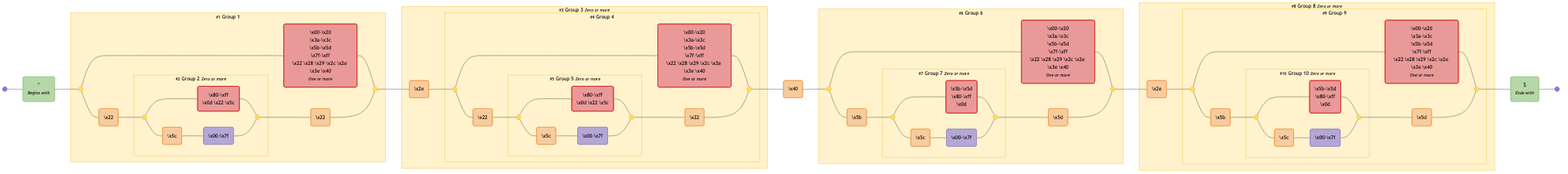
Earlier version of the Mermaid export diagrams/email-rfc2822.mermaid-diagram.png (tayles/regex-to-mermaid). Its source is kept beside it as diagrams/email-rfc2822.mermaid. The source it was exported from:
```mermaid
graph LR
  accTitle: "Regex: ^([^\\x00-\\x20\\x22\\x28\\x29\\x2c\\x2e\\x3a-\\x3c\\x3e\\x40\\x5b-\\x5d\\x7f-\\xff]+|\\x22([^\\x0d\\x22\\x5c\\x80-\\xff]|\\x5c[\\x00-\\x7f])*\\x22)(\\x2e([^\\x00-\\x20\\x22\\x28\\x29\\x2c\\x2e\\x3a-\\x3c\\x3e\\x40\\x5b-\\x5d\\x7f-\\xff]+|\\x22([^\\x0d\\x22\\x5c\\x80-\\xff]|\\x5c[\\x00-\\x7f])*\\x22))*\\x40([^\\x00-\\x20\\x22\\x28\\x29\\x2c\\x2e\\x3a-\\x3c\\x3e\\x40\\x5b-\\x5d\\x7f-\\xff]+|\\x5b([^\\x0d\\x5b-\\x5d\\x80-\\xff]|\\x5c[\\x00-\\x7f])*\\x5d)(\\x2e([^\\x00-\\x20\\x22\\x28\\x29\\x2c\\x2e\\x3a-\\x3c\\x3e\\x40\\x5b-\\x5d\\x7f-\\xff]+|\\x5b([^\\x0d\\x5b-\\x5d\\x80-\\xff]|\\x5c[\\x00-\\x7f])*\\x5d))*$"
  accDescr: "Generated with regex-to-mermaid@1.0.3"

  start@{ shape: f-circ };
  fin@{ shape: f-circ };
  assertion_1("^<br><i><small>Begins with</small></i>"):::assertion;
  disjunction_begin_1:::disjunction@{ shape: f-circ };
  disjunction_end_1:::disjunction@{ shape: f-circ };
  negated_char_class_1("\x00-\x20<br>\x3a-\x3c<br>\x5b-\x5d<br>\x7f-\xff<br>\x22 \x28 \x29 \x2c \x2e \x3e \x40<br><i><small>One or more</small></i>"):::negated-char-class;
  literal_1("\x22"):::literal;
  disjunction_begin_2:::disjunction@{ shape: f-circ };
  disjunction_end_2:::disjunction@{ shape: f-circ };
  negated_char_class_2("\x80-\xff<br>\x0d \x22 \x5c"):::negated-char-class;
  literal_2("\x5c"):::literal;
  char_class_1("\x00-\x7f"):::char-class;
  literal_3("\x22"):::literal;
  literal_4("\x2e"):::literal;
  disjunction_begin_3:::disjunction@{ shape: f-circ };
  disjunction_end_3:::disjunction@{ shape: f-circ };
  negated_char_class_3("\x00-\x20<br>\x3a-\x3c<br>\x5b-\x5d<br>\x7f-\xff<br>\x22 \x28 \x29 \x2c \x2e \x3e \x40<br><i><small>One or more</small></i>"):::negated-char-class;
  literal_5("\x22"):::literal;
  disjunction_begin_4:::disjunction@{ shape: f-circ };
  disjunction_end_4:::disjunction@{ shape: f-circ };
  negated_char_class_4("\x80-\xff<br>\x0d \x22 \x5c"):::negated-char-class;
  literal_6("\x5c"):::literal;
  char_class_2("\x00-\x7f"):::char-class;
  literal_7("\x22"):::literal;
  literal_8("\x40"):::literal;
  disjunction_begin_5:::disjunction@{ shape: f-circ };
  disjunction_end_5:::disjunction@{ shape: f-circ };
  negated_char_class_5("\x00-\x20<br>\x3a-\x3c<br>\x5b-\x5d<br>\x7f-\xff<br>\x22 \x28 \x29 \x2c \x2e \x3e \x40<br><i><small>One or more</small></i>"):::negated-char-class;
  literal_9("\x5b"):::literal;
  disjunction_begin_6:::disjunction@{ shape: f-circ };
  disjunction_end_6:::disjunction@{ shape: f-circ };
  negated_char_class_6("\x5b-\x5d<br>\x80-\xff<br>\x0d"):::negated-char-class;
  literal_10("\x5c"):::literal;
  char_class_3("\x00-\x7f"):::char-class;
  literal_11("\x5d"):::literal;
  literal_12("\x2e"):::literal;
  disjunction_begin_7:::disjunction@{ shape: f-circ };
  disjunction_end_7:::disjunction@{ shape: f-circ };
  negated_char_class_7("\x00-\x20<br>\x3a-\x3c<br>\x5b-\x5d<br>\x7f-\xff<br>\x22 \x28 \x29 \x2c \x2e \x3e \x40<br><i><small>One or more</small></i>"):::negated-char-class;
  literal_13("\x5b"):::literal;
  disjunction_begin_8:::disjunction@{ shape: f-circ };
  disjunction_end_8:::disjunction@{ shape: f-circ };
  negated_char_class_8("\x5b-\x5d<br>\x80-\xff<br>\x0d"):::negated-char-class;
  literal_14("\x5c"):::literal;
  char_class_4("\x00-\x7f"):::char-class;
  literal_15("\x5d"):::literal;
  assertion_2("$<br><i><small>Ends with</small></i>"):::assertion;

  subgraph standard_2 ["<small>#2</small> Group 2 <small><i>Zero or more</i></small>"]
    disjunction_begin_2
    disjunction_end_2
    negated_char_class_2
    literal_2
    char_class_1
  end

  subgraph standard_1 ["<small>#1</small> Group 1"]
    standard_2
    disjunction_begin_1
    disjunction_end_1
    negated_char_class_1
    literal_1
    literal_3
  end

  subgraph standard_5 ["<small>#5</small> Group 5 <small><i>Zero or more</i></small>"]
    disjunction_begin_4
    disjunction_end_4
    negated_char_class_4
    literal_6
    char_class_2
  end

  subgraph standard_4 ["<small>#4</small> Group 4"]
    standard_5
    disjunction_begin_3
    disjunction_end_3
    negated_char_class_3
    literal_5
    literal_7
  end

  subgraph standard_3 ["<small>#3</small> Group 3 <small><i>Zero or more</i></small>"]
    standard_5
    standard_4
    literal_4
  end

  subgraph standard_7 ["<small>#7</small> Group 7 <small><i>Zero or more</i></small>"]
    disjunction_begin_6
    disjunction_end_6
    negated_char_class_6
    literal_10
    char_class_3
  end

  subgraph standard_6 ["<small>#6</small> Group 6"]
    standard_7
    disjunction_begin_5
    disjunction_end_5
    negated_char_class_5
    literal_9
    literal_11
  end

  subgraph standard_10 ["<small>#10</small> Group 10 <small><i>Zero or more</i></small>"]
    disjunction_begin_8
    disjunction_end_8
    negated_char_class_8
    literal_14
    char_class_4
  end

  subgraph standard_9 ["<small>#9</small> Group 9"]
    standard_10
    disjunction_begin_7
    disjunction_end_7
    negated_char_class_7
    literal_13
    literal_15
  end

  subgraph standard_8 ["<small>#8</small> Group 8 <small><i>Zero or more</i></small>"]
    standard_10
    standard_9
    literal_12
  end

  start --- assertion_1;
  assertion_1 --- disjunction_begin_1;
  disjunction_begin_1 --- negated_char_class_1;
  negated_char_class_1 --- disjunction_end_1;
  disjunction_begin_1 --- literal_1;
  literal_1 --- disjunction_begin_2;
  disjunction_begin_2 --- negated_char_class_2;
  negated_char_class_2 --- disjunction_end_2;
  disjunction_begin_2 --- literal_2;
  literal_2 --- char_class_1;
  char_class_1 --- disjunction_end_2;
  disjunction_end_2 --- literal_3;
  literal_3 --- disjunction_end_1;
  disjunction_end_1 --- literal_4;
  literal_4 --- disjunction_begin_3;
  disjunction_begin_3 --- negated_char_class_3;
  negated_char_class_3 --- disjunction_end_3;
  disjunction_begin_3 --- literal_5;
  literal_5 --- disjunction_begin_4;
  disjunction_begin_4 --- negated_char_class_4;
  negated_char_class_4 --- disjunction_end_4;
  disjunction_begin_4 --- literal_6;
  literal_6 --- char_class_2;
  char_class_2 --- disjunction_end_4;
  disjunction_end_4 --- literal_7;
  literal_7 --- disjunction_end_3;
  disjunction_end_3 --- literal_8;
  literal_8 --- disjunction_begin_5;
  disjunction_begin_5 --- negated_char_class_5;
  negated_char_class_5 --- disjunction_end_5;
  disjunction_begin_5 --- literal_9;
  literal_9 --- disjunction_begin_6;
  disjunction_begin_6 --- negated_char_class_6;
  negated_char_class_6 --- disjunction_end_6;
  disjunction_begin_6 --- literal_10;
  literal_10 --- char_class_3;
  char_class_3 --- disjunction_end_6;
  disjunction_end_6 --- literal_11;
  literal_11 --- disjunction_end_5;
  disjunction_end_5 --- literal_12;
  literal_12 --- disjunction_begin_7;
  disjunction_begin_7 --- negated_char_class_7;
  negated_char_class_7 --- disjunction_end_7;
  disjunction_begin_7 --- literal_13;
  literal_13 --- disjunction_begin_8;
  disjunction_begin_8 --- negated_char_class_8;
  negated_char_class_8 --- disjunction_end_8;
  disjunction_begin_8 --- literal_14;
  literal_14 --- char_class_4;
  char_class_4 --- disjunction_end_8;
  disjunction_end_8 --- literal_15;
  literal_15 --- disjunction_end_7;
  disjunction_end_7 --- assertion_2;
  assertion_2 --- fin;

  classDef assertion fill:#B6D7A8,stroke:#93C47D,color:#000000;
  classDef disjunction fill:#FFD966,stroke:#F1C232,color:#000000;
  classDef negated-char-class fill:#EA9999,stroke:#CC0000,color:#000000;
  classDef literal fill:#F9CB9C,stroke:#E69138,color:#000000;
  classDef char-class fill:#B4A7D6,stroke:#8E7CC3,color:#000000;

  classDef standard fill:#FFF2CC,stroke:#F1C232,color:#000000;

  class standard_2,standard_1,standard_5,standard_4,standard_3,standard_7,standard_6,standard_10,standard_9,standard_8 standard;
```
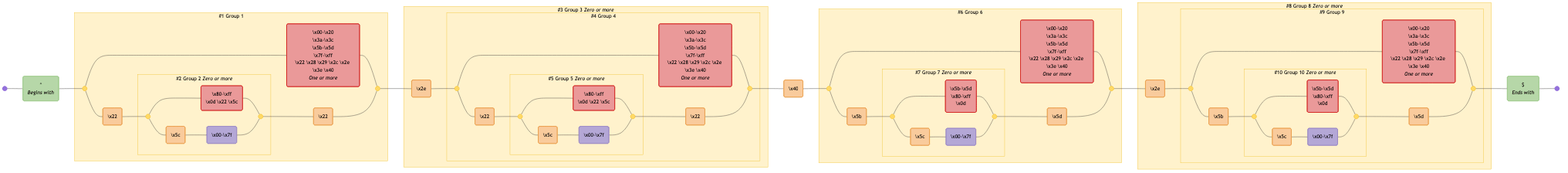
After the change.

What changed in the source:
```diff
@@ -4,10 +4,10 @@
 
   start@{ shape: f-circ };
   fin@{ shape: f-circ };
-  assertion_1("^<br><i><small>Begins with</small></i>"):::assertion;
+  assertion_1("^<br><i>Begins with</i>"):::assertion;
   disjunction_begin_1:::disjunction@{ shape: f-circ };
   disjunction_end_1:::disjunction@{ shape: f-circ };
-  negated_char_class_1("\x00-\x20<br>\x3a-\x3c<br>\x5b-\x5d<br>\x7f-\xff<br>\x22 \x28 \x29 \x2c \x2e \x3e \x40<br><i><small>One or more</small></i>"):::negated-char-class;
+  negated_char_class_1("\x00-\x20<br>\x3a-\x3c<br>\x5b-\x5d<br>\x7f-\xff<br>\x22 \x28 \x29 \x2c \x2e \x3e \x40<br><i>One or more</i>"):::negated-char-class;
   literal_1("\x22"):::literal;
   disjunction_begin_2:::disjunction@{ shape: f-circ };
   disjunction_end_2:::disjunction@{ shape: f-circ };
@@ -18,7 +18,7 @@
   literal_4("\x2e"):::literal;
   disjunction_begin_3:::disjunction@{ shape: f-circ };
   disjunction_end_3:::disjunction@{ shape: f-circ };
-  negated_char_class_3("\x00-\x20<br>\x3a-\x3c<br>\x5b-\x5d<br>\x7f-\xff<br>\x22 \x28 \x29 \x2c \x2e \x3e \x40<br><i><small>One or more</small></i>"):::negated-char-class;
+  negated_char_class_3("\x00-\x20<br>\x3a-\x3c<br>\x5b-\x5d<br>\x7f-\xff<br>\x22 \x28 \x29 \x2c \x2e \x3e \x40<br><i>One or more</i>"):::negated-char-class;
   literal_5("\x22"):::literal;
   disjunction_begin_4:::disjunction@{ shape: f-circ };
   disjunction_end_4:::disjunction@{ shape: f-circ };
@@ -29,7 +29,7 @@
   literal_8("\x40"):::literal;
   disjunction_begin_5:::disjunction@{ shape: f-circ };
   disjunction_end_5:::disjunction@{ shape: f-circ };
-  negated_char_class_5("\x00-\x20<br>\x3a-\x3c<br>\x5b-\x5d<br>\x7f-\xff<br>\x22 \x28 \x29 \x2c \x2e \x3e \x40<br><i><small>One or more</small></i>"):::negated-char-class;
+  negated_char_class_5("\x00-\x20<br>\x3a-\x3c<br>\x5b-\x5d<br>\x7f-\xff<br>\x22 \x28 \x29 \x2c \x2e \x3e \x40<br><i>One or more</i>"):::negated-char-class;
   literal_9("\x5b"):::literal;
   disjunction_begin_6:::disjunction@{ shape: f-circ };
   disjunction_end_6:::disjunction@{ shape: f-circ };
@@ -40,7 +40,7 @@
   literal_12("\x2e"):::literal;
   disjunction_begin_7:::disjunction@{ shape: f-circ };
   disjunction_end_7:::disjunction@{ shape: f-circ };
-  negated_char_class_7("\x00-\x20<br>\x3a-\x3c<br>\x5b-\x5d<br>\x7f-\xff<br>\x22 \x28 \x29 \x2c \x2e \x3e \x40<br><i><small>One or more</small></i>"):::negated-char-class;
+  negated_char_class_7("\x00-\x20<br>\x3a-\x3c<br>\x5b-\x5d<br>\x7f-\xff<br>\x22 \x28 \x29 \x2c \x2e \x3e \x40<br><i>One or more</i>"):::negated-char-class;
   literal_13("\x5b"):::literal;
   disjunction_begin_8:::disjunction@{ shape: f-circ };
   disjunction_end_8:::disjunction@{ shape: f-circ };
@@ -48,9 +48,9 @@
   literal_14("\x5c"):::literal;
   char_class_4("\x00-\x7f"):::char-class;
   literal_15("\x5d"):::literal;
-  assertion_2("$<br><i><small>Ends with</small></i>"):::assertion;
+  assertion_2("$<br><i>Ends with</i>"):::assertion;
 
-  subgraph standard_2 ["<small>#2</small> Group 2 <small><i>Zero or more</i></small>"]
+  subgraph standard_2 ["#2 Group 2 <i>Zero or more</i>"]
     disjunction_begin_2
     disjunction_end_2
     negated_char_class_2
@@ -58,7 +58,7 @@
     char_class_1
   end
 
-  subgraph standard_1 ["<small>#1</small> Group 1"]
+  subgraph standard_1 ["#1 Group 1"]
     standard_2
     disjunction_begin_1
     disjunction_end_1
@@ -67,7 +67,7 @@
     literal_3
   end
 
-  subgraph standard_5 ["<small>#5</small> Group 5 <small><i>Zero or more</i></small>"]
+  subgraph standard_5 ["#5 Group 5 <i>Zero or more</i>"]
     disjunction_begin_4
     disjunction_end_4
     negated_char_class_4
@@ -75,7 +75,7 @@
     char_class_2
   end
 
-  subgraph standard_4 ["<small>#4</small> Group 4"]
+  subgraph standard_4 ["#4 Group 4"]
     standard_5
     disjunction_begin_3
     disjunction_end_3
@@ -84,13 +84,13 @@
     literal_7
   end
 
-  subgraph standard_3 ["<small>#3</small> Group 3 <small><i>Zero or more</i></small>"]
+  subgraph standard_3 ["#3 Group 3 <i>Zero or more</i>"]
     standard_5
     standard_4
     literal_4
   end
 
-  subgraph standard_7 ["<small>#7</small> Group 7 <small><i>Zero or more</i></small>"]
+  subgraph standard_7 ["#7 Group 7 <i>Zero or more</i>"]
     disjunction_begin_6
     disjunction_end_6
     negated_char_class_6
@@ -98,7 +98,7 @@
     char_class_3
   end
 
-  subgraph standard_6 ["<small>#6</small> Group 6"]
+  subgraph standard_6 ["#6 Group 6"]
     standard_7
     disjunction_begin_5
     disjunction_end_5
@@ -107,7 +107,7 @@
     literal_11
   end
 
-  subgraph standard_10 ["<small>#10</small> Group 10 <small><i>Zero or more</i></small>"]
+  subgraph standard_10 ["#10 Group 10 <i>Zero or more</i>"]
     disjunction_begin_8
     disjunction_end_8
     negated_char_class_8
@@ -115,7 +115,7 @@
     char_class_4
   end
 
-  subgraph standard_9 ["<small>#9</small> Group 9"]
+  subgraph standard_9 ["#9 Group 9"]
     standard_10
     disjunction_begin_7
     disjunction_end_7
@@ -124,7 +124,7 @@
     literal_15
   end
 
-  subgraph standard_8 ["<small>#8</small> Group 8 <small><i>Zero or more</i></small>"]
+  subgraph standard_8 ["#8 Group 8 <i>Zero or more</i>"]
     standard_10
     standard_9
     literal_12
```
